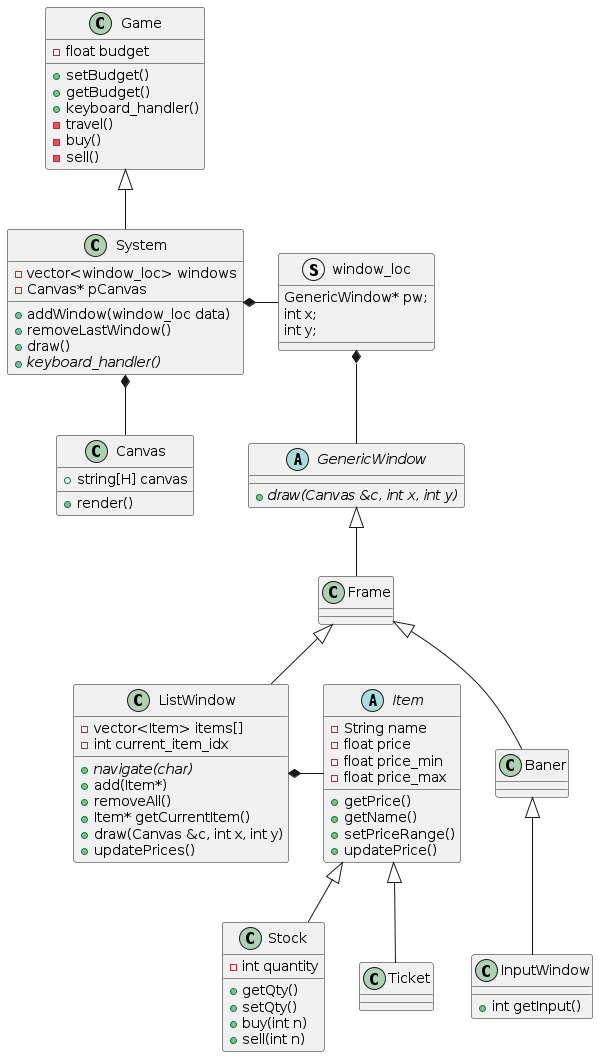
Before: out/doc/high_level/high_level.png, a diagram exported from PlantUML (plpabla/dealg).
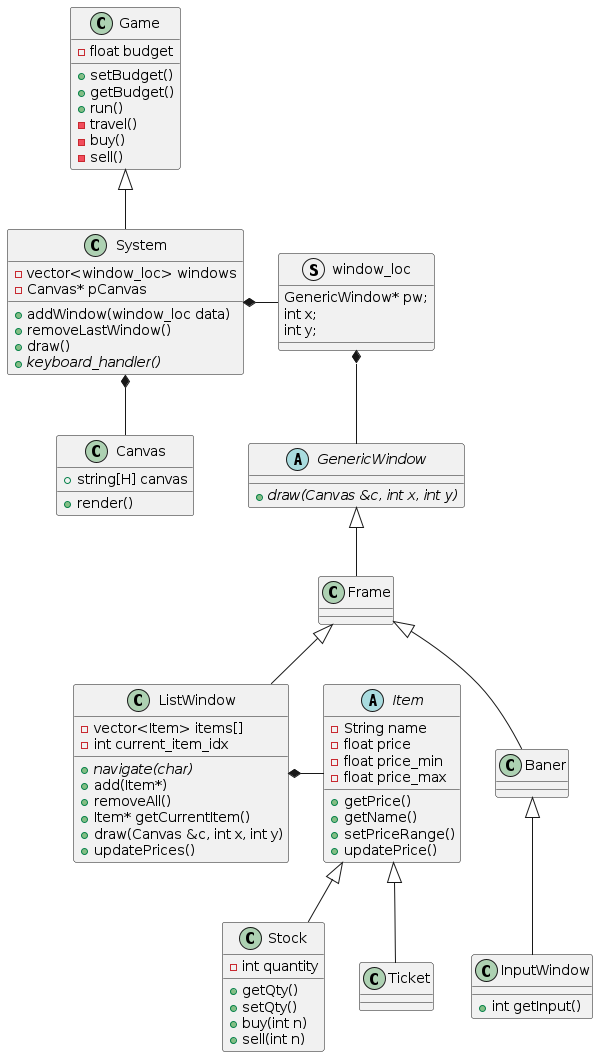
Later version of the same file.

Commit message:
Modify methods of Game

More natural is to have run() instead of keyboard_handler()

Related Isuue #1

The edit, as a diff of the source:
```diff
@@ -5,7 +5,7 @@
 
     + setBudget()
     + getBudget()
-    + keyboard_handler()
+    + run()
     - travel()
     - buy()
     - sell()
```
